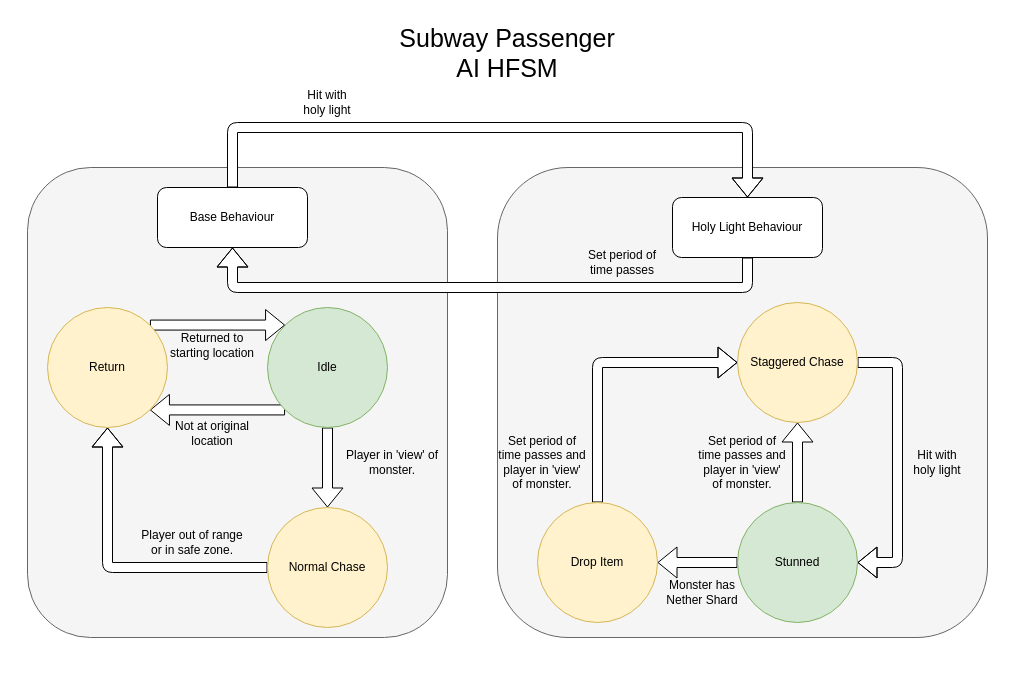
zkturman/HalloweenJam keeps this draw.io diagram as TechnicalDocumentation/PassengerAIFSM.drawio. Above is the earlier version. Source tidied: cells renumbered, new cells numbered last; positions are measured from the earlier drawing's top-left corner, leaving out a move shared by most shapes. Both pictures are drawn from the tidied source at 100%, with x=0, y=0 at pixel (17, 17).
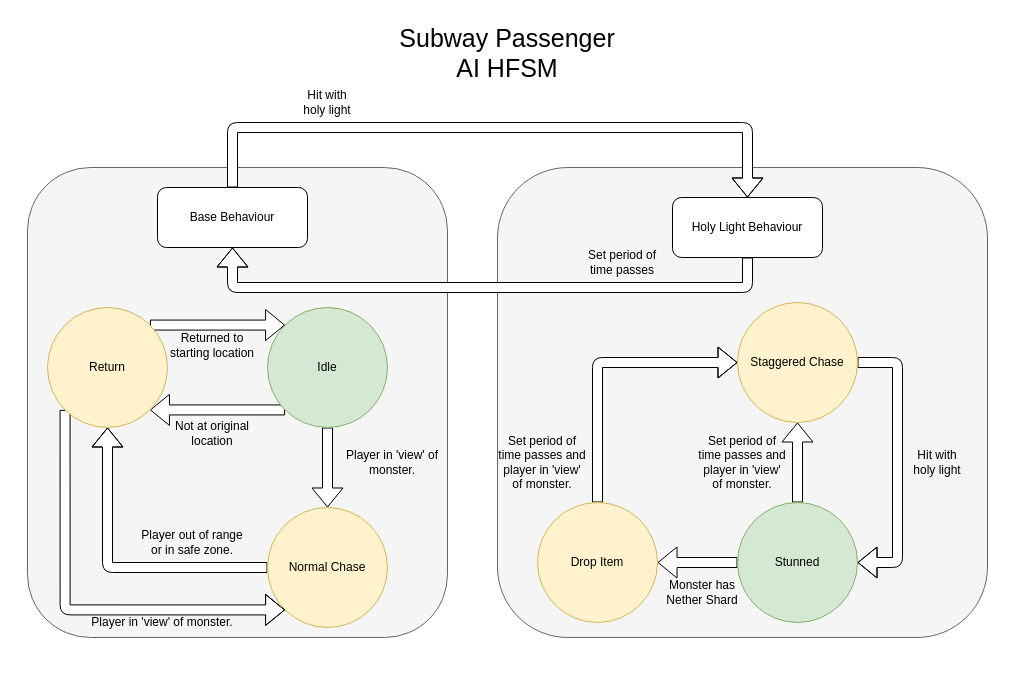
Above is the later version.

The change refers to these unchanged cells:
```xml
<mxCell id="9" value="Normal Chase" style="ellipse;whiteSpace=wrap;html=1;shadow=0;fillColor=#fff2cc;strokeColor=#d6b656;" parent="1" vertex="1">
  <mxGeometry x="250" y="490" width="120" height="120" as="geometry" />
</mxCell>
<mxCell id="16" value="Return" style="ellipse;whiteSpace=wrap;html=1;shadow=0;fillColor=#fff2cc;strokeColor=#d6b656;" parent="1" vertex="1">
  <mxGeometry x="30" y="290" width="120" height="120" as="geometry" />
</mxCell>
```

What changed in the source:
```diff
@@
+    <mxCell id="34" style="edgeStyle=orthogonalEdgeStyle;shape=flexArrow;rounded=1;jettySize=auto;html=1;exitX=0;exitY=1;exitDx=0;exitDy=0;entryX=0;entryY=1;entryDx=0;entryDy=0;fontSize=25;fillColor=default;" parent="1" edge="1" source="16" target="9">
+      <mxGeometry relative="1" as="geometry">
+        <Array as="points">
+          <mxPoint x="48" y="592" />
+        </Array>
+      </mxGeometry>
+    </mxCell>
@@
+    <mxCell id="35" value="Player in 'view' of monster." style="text;html=1;strokeColor=none;fillColor=none;align=center;verticalAlign=middle;whiteSpace=wrap;rounded=0;shadow=0;" parent="1" vertex="1">
+      <mxGeometry x="70" y="590" width="150" height="30" as="geometry" />
+    </mxCell>
```
